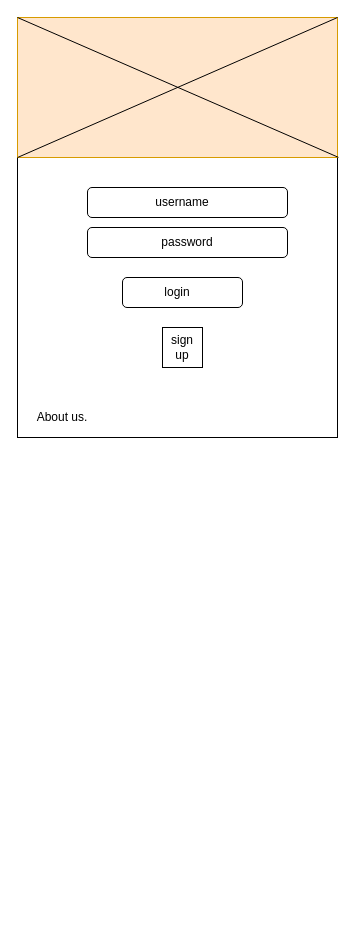
Before: page "Page-1" (1 of 2) of Projectswift.drawio in PeterYoungM/desktop-tutorial, a draw.io diagram. Source tidied: cells renumbered, new cells numbered last; positions are measured from the earlier drawing's top-left corner, leaving out a move shared by most shapes. Both pictures are drawn from the tidied source at 100%, with x=0, y=0 at pixel (17, 17).
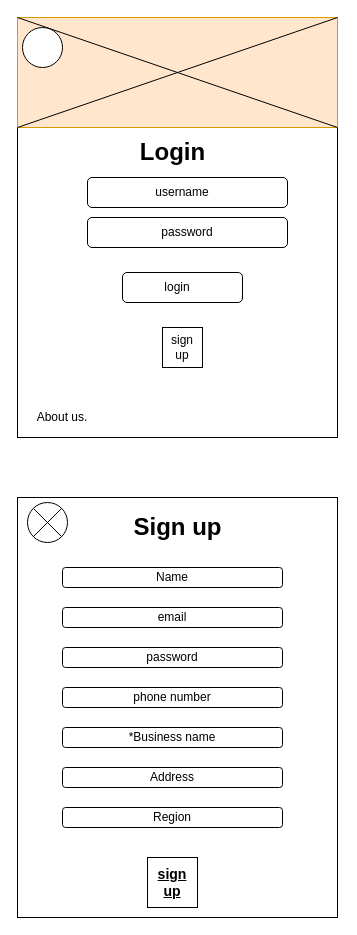
The same diagram, later.

The change refers to these unchanged cells:
```xml
<mxCell id="2" style="rounded=0;whiteSpace=wrap;html=1;direction=south;" parent="1" vertex="1">
  <mxGeometry width="320" height="420" as="geometry" />
</mxCell>
```

Change to the diagram source:
```diff
@@
     <mxCell id="3" style="rounded=1;whiteSpace=wrap;html=1;" parent="1" vertex="1">
-      <mxGeometry x="70" y="170" width="200" height="30" as="geometry" />
+      <mxGeometry x="70" y="160" width="200" height="30" as="geometry" />
     </mxCell>
     <mxCell id="4" style="rounded=0;whiteSpace=wrap;html=1;fillColor=#ffe6cc;strokeColor=#d79b00;" parent="1" vertex="1">
-      <mxGeometry width="320" height="140" as="geometry" />
+      <mxGeometry width="320" height="110" as="geometry" />
     </mxCell>
     <mxCell id="5" value="username" style="text;html=1;strokeColor=none;fillColor=none;align=center;verticalAlign=middle;whiteSpace=wrap;rounded=0;" parent="1" vertex="1">
-      <mxGeometry x="90" y="175" width="150" height="20" as="geometry" />
+      <mxGeometry x="90" y="165" width="150" height="20" as="geometry" />
     </mxCell>
     <mxCell id="6" value="password" style="rounded=1;whiteSpace=wrap;html=1;" parent="1" vertex="1">
-      <mxGeometry x="70" y="210" width="200" height="30" as="geometry" />
+      <mxGeometry x="70" y="200" width="200" height="30" as="geometry" />
     </mxCell>
     <mxCell id="7" style="rounded=1;whiteSpace=wrap;html=1;" parent="1" vertex="1">
-      <mxGeometry x="105" y="260" width="120" height="30" as="geometry" />
+      <mxGeometry x="105" y="255" width="120" height="30" as="geometry" />
     </mxCell>
     <mxCell id="8" value="login" style="text;html=1;strokeColor=none;fillColor=none;align=center;verticalAlign=middle;whiteSpace=wrap;rounded=0;" parent="1" vertex="1">
-      <mxGeometry x="140" y="265" width="40" height="20" as="geometry" />
+      <mxGeometry x="140" y="260" width="40" height="20" as="geometry" />
     </mxCell>
@@
-    <mxCell id="13" style="endArrow=none;html=1;entryX=0;entryY=0;entryDx=0;entryDy=0;exitX=0.333;exitY=-0.003;exitDx=0;exitDy=0;exitPerimeter=0;" parent="1" edge="1" source="2" target="4">
+    <mxCell id="13" style="endArrow=none;html=1;entryX=0;entryY=0;entryDx=0;entryDy=0;exitX=1;exitY=1;exitDx=0;exitDy=0;" parent="1" edge="1" source="4" target="4">
       <mxGeometry relative="1" as="geometry" />
     </mxCell>
+    <mxCell id="14" style="rounded=0;whiteSpace=wrap;html=1;direction=south;" parent="1" vertex="1">
+      <mxGeometry y="480" width="320" height="420" as="geometry" />
+    </mxCell>
+    <mxCell id="15" value="Login" style="text;strokeColor=none;fillColor=none;html=1;fontSize=24;fontStyle=1;verticalAlign=middle;align=center;" parent="1" vertex="1">
+      <mxGeometry x="105" y="120" width="100" height="30" as="geometry" />
+    </mxCell>
+    <mxCell id="16" value="Sign up" style="text;strokeColor=none;fillColor=none;html=1;fontSize=24;fontStyle=1;verticalAlign=middle;align=center;" parent="1" vertex="1">
+      <mxGeometry x="110" y="495" width="100" height="30" as="geometry" />
+    </mxCell>
+    <mxCell id="17" value="Name" style="rounded=1;whiteSpace=wrap;html=1;" parent="1" vertex="1">
+      <mxGeometry x="45" y="550" width="220" height="20" as="geometry" />
+    </mxCell>
+    <mxCell id="18" value="email" style="rounded=1;whiteSpace=wrap;html=1;" parent="1" vertex="1">
+      <mxGeometry x="45" y="590" width="220" height="20" as="geometry" />
+    </mxCell>
+    <mxCell id="19" value="password" style="rounded=1;whiteSpace=wrap;html=1;" parent="1" vertex="1">
+      <mxGeometry x="45" y="630" width="220" height="20" as="geometry" />
+    </mxCell>
+    <mxCell id="20" value="phone number" style="rounded=1;whiteSpace=wrap;html=1;" parent="1" vertex="1">
+      <mxGeometry x="45" y="670" width="220" height="20" as="geometry" />
+    </mxCell>
+    <mxCell id="21" value="*Business name" style="rounded=1;whiteSpace=wrap;html=1;" parent="1" vertex="1">
+      <mxGeometry x="45" y="710" width="220" height="20" as="geometry" />
+    </mxCell>
+    <mxCell id="22" value="Region" style="rounded=1;whiteSpace=wrap;html=1;" parent="1" vertex="1">
+      <mxGeometry x="45" y="790" width="220" height="20" as="geometry" />
+    </mxCell>
+    <mxCell id="23" value="Address" style="rounded=1;whiteSpace=wrap;html=1;" parent="1" vertex="1">
+      <mxGeometry x="45" y="750" width="220" height="20" as="geometry" />
+    </mxCell>
+    <mxCell id="24" value="&lt;h3&gt;&lt;b&gt;&lt;u&gt;sign up&lt;/u&gt;&lt;/b&gt;&lt;/h3&gt;" style="whiteSpace=wrap;html=1;" parent="1" vertex="1">
+      <mxGeometry x="130" y="840" width="50" height="50" as="geometry" />
+    </mxCell>
+    <mxCell id="25" style="ellipse;whiteSpace=wrap;html=1;" parent="1" vertex="1">
+      <mxGeometry x="10" y="485" width="40" height="40" as="geometry" />
+    </mxCell>
+    <mxCell id="26" style="endArrow=none;html=1;exitX=0;exitY=1;exitDx=0;exitDy=0;entryX=1;entryY=0;entryDx=0;entryDy=0;" parent="1" edge="1" source="25" target="25">
+      <mxGeometry relative="1" as="geometry" />
+    </mxCell>
+    <mxCell id="27" style="endArrow=none;html=1;entryX=0;entryY=0;entryDx=0;entryDy=0;exitX=1;exitY=1;exitDx=0;exitDy=0;" parent="1" edge="1" source="25" target="25">
+      <mxGeometry relative="1" as="geometry" />
+    </mxCell>
+    <mxCell id="28" style="ellipse;whiteSpace=wrap;html=1;" parent="1" vertex="1">
+      <mxGeometry x="5" y="10" width="40" height="40" as="geometry" />
+    </mxCell>
```
